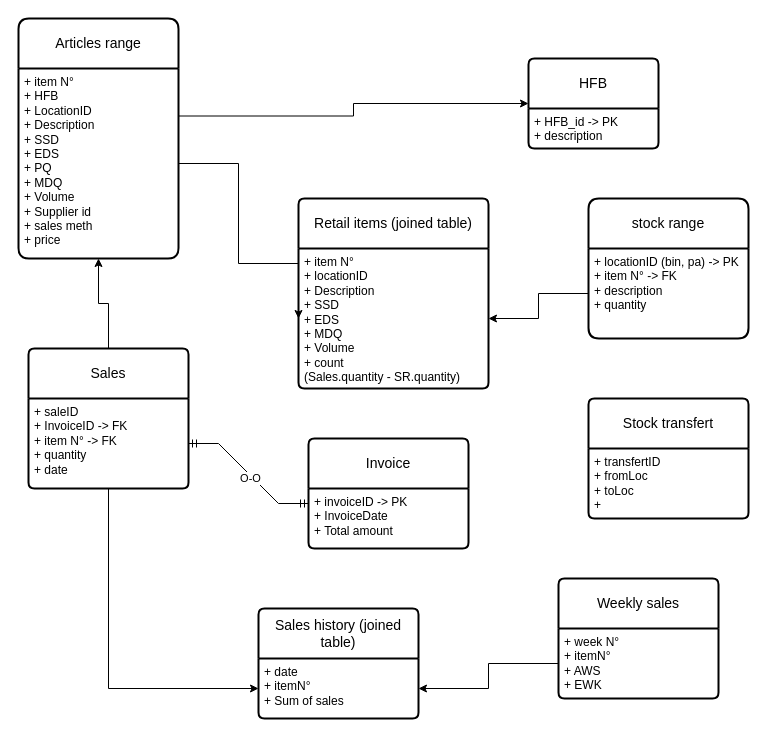
Above: Diagramme sans nom.drawio in saadsgh123/learn (draw.io), before the change. Source tidied: cells renumbered, new cells numbered last; positions are measured from the earlier drawing's top-left corner, leaving out a move shared by most shapes. Both pictures are drawn from the tidied source at 100%, with x=0, y=0 at pixel (18, 18).
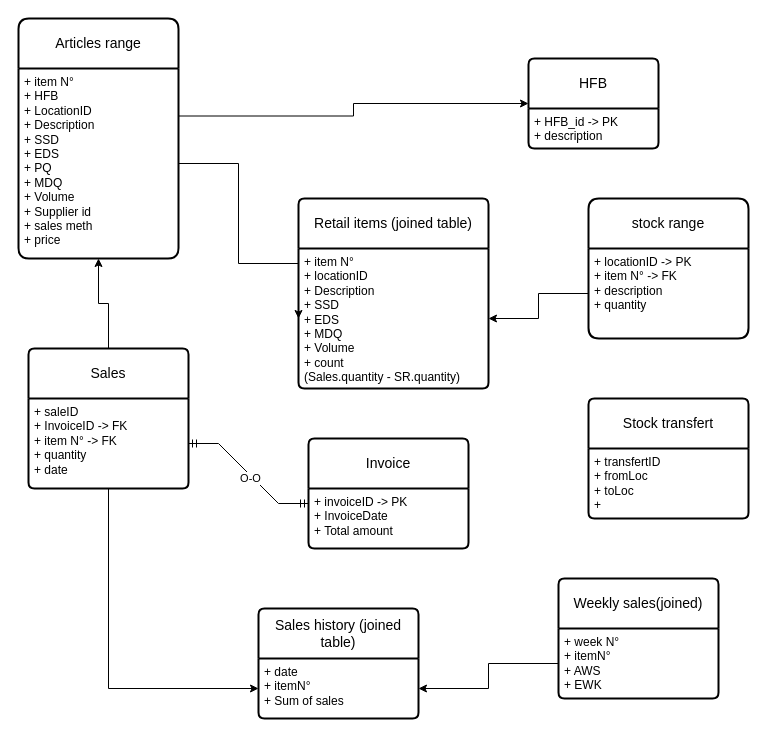
The same diagram, later.

Unchanged cells that the change refers to:
```xml
<mxCell id="4" value="stock range" style="swimlane;horizontal=1;startSize=50;rounded=1;fontSize=14;fontStyle=0;strokeWidth=2;shadow=0;dashed=0;align=center;arcSize=7;whiteSpace=wrap;html=1;" parent="1" vertex="1">
  <mxGeometry x="570" y="180" width="160" height="140" as="geometry" />
</mxCell>
```

Change to the diagram source:
```diff
@@
-    <mxCell id="5" value="+ locationID (bin, pa) -&amp;gt; PK&lt;div&gt;+ item N° -&amp;gt; FK&lt;br&gt;&lt;div&gt;+ description&lt;/div&gt;&lt;/div&gt;&lt;div&gt;+ quantity&lt;/div&gt;" style="align=left;strokeColor=none;fillColor=none;spacingLeft=4;fontSize=12;verticalAlign=top;html=1;shadow=0;" parent="4" vertex="1">
+    <mxCell id="5" value="+ locationID -&amp;gt; PK&lt;div&gt;+ item N° -&amp;gt; FK&lt;br&gt;&lt;div&gt;+ description&lt;/div&gt;&lt;/div&gt;&lt;div&gt;+ quantity&lt;/div&gt;" style="align=left;strokeColor=none;fillColor=none;spacingLeft=4;fontSize=12;verticalAlign=top;html=1;shadow=0;" parent="4" vertex="1">
       <mxGeometry y="50" width="160" height="90" as="geometry" />
     </mxCell>
@@
-    <mxCell id="25" value="Weekly sales" style="swimlane;horizontal=1;startSize=50;rounded=1;fontSize=14;fontStyle=0;strokeWidth=2;shadow=0;dashed=0;align=center;arcSize=4;whiteSpace=wrap;html=1;" parent="1" vertex="1">
+    <mxCell id="25" value="Weekly sales(joined)" style="swimlane;horizontal=1;startSize=50;rounded=1;fontSize=14;fontStyle=0;strokeWidth=2;shadow=0;dashed=0;align=center;arcSize=4;whiteSpace=wrap;html=1;" parent="1" vertex="1">
       <mxGeometry x="540" y="560" width="160" height="120" as="geometry" />
     </mxCell>
```
